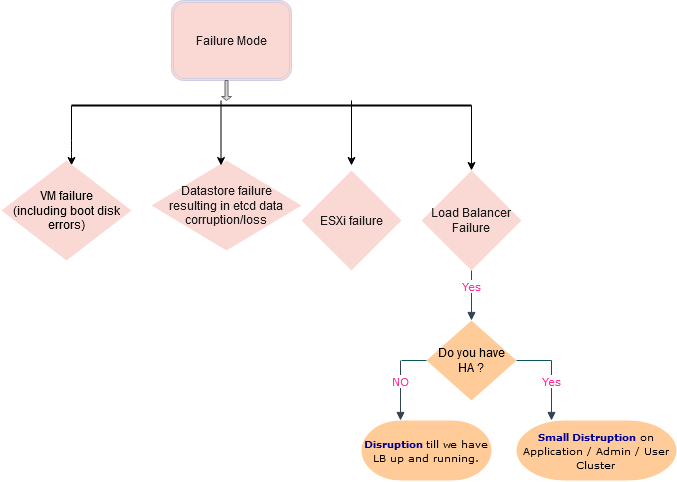
Before: Untitled Diagram.png, a diagram exported from draw.io (prabhakarmishra/test). Source tidied: cells renumbered, new cells last; positions are measured from the earlier drawing's top-left corner, leaving out a move shared by most shapes. The source it was exported from:
```xml
<mxGraphModel>
  <root>
    <mxCell id="0" />
    <mxCell id="1" parent="0" />
    <mxCell id="2" value="Failure Mode" style="shape=ext;double=1;rounded=1;whiteSpace=wrap;html=1;sketch=0;strokeColor=#D0CEE2;fillColor=#FAD9D5;fontColor=#1A1A1A;" parent="1" vertex="1">
      <mxGeometry x="170" width="120" height="80" as="geometry" />
    </mxCell>
    <mxCell id="3" style="line;strokeWidth=2;html=1;rounded=0;sketch=0;fillColor=#FAD9D5;fontColor=#1A1A1A;" parent="1" vertex="1">
      <mxGeometry x="70" y="100" width="400" height="10" as="geometry" />
    </mxCell>
    <mxCell id="4" style="html=1;labelBackgroundColor=#ffffff;endArrow=classic;endFill=1;endSize=6;jettySize=auto;strokeWidth=1;fontSize=14;exitX=1;exitY=0.5;exitDx=0;exitDy=0;exitPerimeter=0;" parent="1" edge="1" source="3">
      <mxGeometry relative="1" as="geometry">
        <mxPoint x="470" y="170" as="targetPoint" />
      </mxGeometry>
    </mxCell>
    <mxCell id="5" style="html=1;labelBackgroundColor=#ffffff;endArrow=classic;endFill=1;endSize=6;jettySize=auto;strokeWidth=1;fontSize=14;exitX=0;exitY=0.5;exitDx=0;exitDy=0;exitPerimeter=0;" parent="1" edge="1" source="3">
      <mxGeometry relative="1" as="geometry">
        <mxPoint x="70" y="165" as="targetPoint" />
        <Array as="points">
          <mxPoint x="70" y="150" />
        </Array>
      </mxGeometry>
    </mxCell>
    <mxCell id="6" style="html=1;labelBackgroundColor=#ffffff;endArrow=classic;endFill=1;endSize=6;jettySize=auto;orthogonalLoop=1;strokeWidth=1;fontSize=14;exitX=1;exitY=0.5;exitDx=0;exitDy=0;exitPerimeter=0;" parent="1" edge="1">
      <mxGeometry relative="1" as="geometry">
        <mxPoint x="350" y="100" as="sourcePoint" />
        <mxPoint x="350" y="165" as="targetPoint" />
      </mxGeometry>
    </mxCell>
    <mxCell id="7" value="&lt;div&gt;VM failure&lt;/div&gt;&lt;div&gt;(including boot disk errors)&lt;/div&gt;" style="strokeWidth=2;html=1;shape=mxgraph.flowchart.decision;whiteSpace=wrap;rounded=0;sketch=0;fillColor=#fad9d5;strokeColor=none;" parent="1" vertex="1">
      <mxGeometry y="160" width="130" height="100" as="geometry" />
    </mxCell>
    <mxCell id="8" value="&lt;div&gt;Datastore failure&lt;/div&gt;&lt;div&gt;resulting in etcd data corruption/loss&lt;br&gt;&lt;/div&gt;" style="strokeWidth=2;html=1;shape=mxgraph.flowchart.decision;whiteSpace=wrap;rounded=0;sketch=0;fillColor=#FAD9D5;fontColor=#1A1A1A;strokeColor=none;" parent="1" vertex="1">
      <mxGeometry x="150" y="160" width="150" height="90" as="geometry" />
    </mxCell>
    <mxCell id="9" value="ESXi failure" style="strokeWidth=2;html=1;shape=mxgraph.flowchart.decision;whiteSpace=wrap;rounded=0;sketch=0;fillColor=#FAD9D5;fontColor=#1A1A1A;strokeColor=none;" parent="1" vertex="1">
      <mxGeometry x="300" y="170" width="100" height="100" as="geometry" />
    </mxCell>
    <mxCell id="10" value="Load Balancer Failure" style="strokeWidth=2;html=1;shape=mxgraph.flowchart.decision;whiteSpace=wrap;rounded=0;sketch=0;fillColor=#FAD9D5;fontColor=#1A1A1A;strokeColor=none;" parent="1" vertex="1">
      <mxGeometry x="420" y="170" width="100" height="100" as="geometry" />
    </mxCell>
    <mxCell id="11" style="html=1;labelBackgroundColor=#ffffff;endArrow=classic;endFill=1;endSize=6;jettySize=auto;orthogonalLoop=1;strokeWidth=1;fontSize=14;exitX=1;exitY=0.5;exitDx=0;exitDy=0;exitPerimeter=0;" parent="1" edge="1">
      <mxGeometry relative="1" as="geometry">
        <mxPoint x="219.5" y="100" as="sourcePoint" />
        <mxPoint x="219.5" y="165" as="targetPoint" />
      </mxGeometry>
    </mxCell>
    <mxCell id="12" style="shape=singleArrow;direction=south;whiteSpace=wrap;html=1;rounded=0;sketch=0;strokeColor=#666666;fillColor=#f5f5f5;gradientColor=#b3b3b3;" parent="1" vertex="1">
      <mxGeometry x="220" y="80" width="10" height="20" as="geometry" />
    </mxCell>
    <mxCell id="13" value="Yes" style="html=1;verticalAlign=bottom;endArrow=block;strokeColor=#314354;fontFamily=Verdana;fontColor=#FF3399;fillColor=#647687;" parent="1" edge="1">
      <mxGeometry relative="1" as="geometry">
        <mxPoint x="470" y="270" as="sourcePoint" />
        <mxPoint x="470" y="320" as="targetPoint" />
      </mxGeometry>
    </mxCell>
    <mxCell id="14" value="&lt;div&gt;Do you have&lt;/div&gt;&lt;div&gt;HA ?&lt;br&gt;&lt;/div&gt;" style="strokeWidth=2;html=1;shape=mxgraph.flowchart.decision;whiteSpace=wrap;rounded=0;sketch=0;fillColor=#ffcc99;strokeColor=none;" parent="1" vertex="1">
      <mxGeometry x="425" y="320" width="90" height="80" as="geometry" />
    </mxCell>
    <mxCell id="15" value="Yes" style="html=1;verticalAlign=bottom;endArrow=block;strokeColor=#314354;fontFamily=Verdana;fontColor=#FF3399;fillColor=#647687;" parent="1" edge="1">
      <mxGeometry relative="1" as="geometry">
        <mxPoint x="550" y="360" as="sourcePoint" />
        <mxPoint x="550" y="420" as="targetPoint" />
      </mxGeometry>
    </mxCell>
    <mxCell id="16" style="endArrow=none;html=1;strokeColor=#09555B;fontFamily=Verdana;fontColor=#FF3399;exitX=1;exitY=0.5;exitDx=0;exitDy=0;exitPerimeter=0;" parent="1" edge="1" source="14">
      <mxGeometry relative="1" as="geometry">
        <mxPoint x="550" y="360" as="targetPoint" />
      </mxGeometry>
    </mxCell>
    <mxCell id="17" value="NO" style="html=1;verticalAlign=bottom;endArrow=block;strokeColor=#314354;fontFamily=Verdana;fontColor=#FF3399;fillColor=#647687;" parent="1" edge="1">
      <mxGeometry relative="1" as="geometry">
        <mxPoint x="399" y="360" as="sourcePoint" />
        <mxPoint x="399" y="420" as="targetPoint" />
      </mxGeometry>
    </mxCell>
    <mxCell id="18" style="endArrow=none;html=1;strokeColor=#09555B;fontFamily=Verdana;fontColor=#FF3399;entryX=0;entryY=0.5;entryDx=0;entryDy=0;entryPerimeter=0;" parent="1" edge="1" target="14">
      <mxGeometry relative="1" as="geometry">
        <mxPoint x="400" y="360" as="sourcePoint" />
      </mxGeometry>
    </mxCell>
    <mxCell id="19" value="&lt;font style=&quot;font-size: 10px&quot;&gt;&lt;b&gt;&lt;font color=&quot;#000099&quot;&gt;Small Distruption&lt;/font&gt;&lt;/b&gt; on&lt;br&gt;&lt;font style=&quot;font-size: 10px&quot;&gt;Application / Admin / User&lt;/font&gt;&lt;br&gt;Cluster&lt;br&gt;&lt;/font&gt;" style="strokeWidth=2;html=1;shape=mxgraph.flowchart.terminator;whiteSpace=wrap;rounded=0;sketch=0;fontFamily=Verdana;fillColor=#ffcc99;strokeColor=none;" parent="1" vertex="1">
      <mxGeometry x="515" y="420" width="160" height="60" as="geometry" />
    </mxCell>
    <mxCell id="20" value="&lt;font style=&quot;font-size: 10px&quot;&gt;&lt;font color=&quot;#000099&quot;&gt;&lt;b&gt;Disruption &lt;/b&gt;&lt;/font&gt;till we have&lt;br&gt;LB up and running.&lt;br&gt;&lt;/font&gt;" style="strokeWidth=2;html=1;shape=mxgraph.flowchart.terminator;whiteSpace=wrap;rounded=0;sketch=0;fontFamily=Verdana;fillColor=#ffcc99;strokeColor=none;" parent="1" vertex="1">
      <mxGeometry x="360" y="420" width="130" height="60" as="geometry" />
    </mxCell>
  </root>
</mxGraphModel>
```
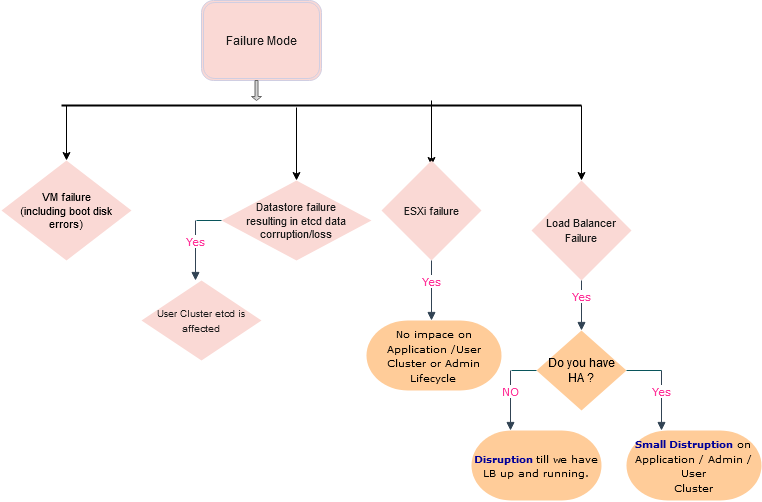
After the change.

Diff of the diagram source:
```diff
@@ -2,88 +2,107 @@
   <root>
     <mxCell id="0" />
     <mxCell id="1" parent="0" />
-    <mxCell id="2" value="Failure Mode" style="shape=ext;double=1;rounded=1;whiteSpace=wrap;html=1;sketch=0;strokeColor=#D0CEE2;fillColor=#FAD9D5;fontColor=#1A1A1A;" parent="1" vertex="1">
+    <mxCell id="2" value="&lt;font style=&quot;font-size: 12px&quot;&gt;Failure Mode&lt;/font&gt;" style="shape=ext;double=1;rounded=1;whiteSpace=wrap;html=1;sketch=0;strokeColor=#D0CEE2;fillColor=#FAD9D5;fontColor=#1A1A1A;" parent="1" vertex="1">
       <mxGeometry x="170" width="120" height="80" as="geometry" />
     </mxCell>
     <mxCell id="3" style="line;strokeWidth=2;html=1;rounded=0;sketch=0;fillColor=#FAD9D5;fontColor=#1A1A1A;" parent="1" vertex="1">
-      <mxGeometry x="70" y="100" width="400" height="10" as="geometry" />
+      <mxGeometry x="30" y="100" width="520" height="10" as="geometry" />
     </mxCell>
-    <mxCell id="4" style="html=1;labelBackgroundColor=#ffffff;endArrow=classic;endFill=1;endSize=6;jettySize=auto;strokeWidth=1;fontSize=14;exitX=1;exitY=0.5;exitDx=0;exitDy=0;exitPerimeter=0;" parent="1" edge="1" source="3">
-      <mxGeometry relative="1" as="geometry">
-        <mxPoint x="470" y="170" as="targetPoint" />
-      </mxGeometry>
+    <mxCell id="4" style="html=1;labelBackgroundColor=#ffffff;endArrow=classic;endFill=1;endSize=6;jettySize=auto;strokeWidth=1;fontSize=14;exitX=1;exitY=0.5;exitDx=0;exitDy=0;exitPerimeter=0;" parent="1" edge="1" source="3" target="10">
+      <mxGeometry relative="1" as="geometry" />
     </mxCell>
-    <mxCell id="5" style="html=1;labelBackgroundColor=#ffffff;endArrow=classic;endFill=1;endSize=6;jettySize=auto;strokeWidth=1;fontSize=14;exitX=0;exitY=0.5;exitDx=0;exitDy=0;exitPerimeter=0;" parent="1" edge="1" source="3">
+    <mxCell id="5" style="html=1;labelBackgroundColor=#ffffff;endArrow=classic;endFill=1;endSize=6;jettySize=auto;orthogonalLoop=1;strokeWidth=1;fontSize=14;entryX=0.5;entryY=0;entryDx=0;entryDy=0;entryPerimeter=0;" parent="1" edge="1">
       <mxGeometry relative="1" as="geometry">
-        <mxPoint x="70" y="165" as="targetPoint" />
-        <Array as="points">
-          <mxPoint x="70" y="150" />
-        </Array>
+        <mxPoint x="35" y="105" as="sourcePoint" />
+        <mxPoint x="35" y="160" as="targetPoint" />
       </mxGeometry>
     </mxCell>
     <mxCell id="6" style="html=1;labelBackgroundColor=#ffffff;endArrow=classic;endFill=1;endSize=6;jettySize=auto;orthogonalLoop=1;strokeWidth=1;fontSize=14;exitX=1;exitY=0.5;exitDx=0;exitDy=0;exitPerimeter=0;" parent="1" edge="1">
       <mxGeometry relative="1" as="geometry">
-        <mxPoint x="350" y="100" as="sourcePoint" />
-        <mxPoint x="350" y="165" as="targetPoint" />
+        <mxPoint x="400" y="100" as="sourcePoint" />
+        <mxPoint x="400" y="165" as="targetPoint" />
       </mxGeometry>
     </mxCell>
-    <mxCell id="7" value="&lt;div&gt;VM failure&lt;/div&gt;&lt;div&gt;(including boot disk errors)&lt;/div&gt;" style="strokeWidth=2;html=1;shape=mxgraph.flowchart.decision;whiteSpace=wrap;rounded=0;sketch=0;fillColor=#fad9d5;strokeColor=none;" parent="1" vertex="1">
-      <mxGeometry y="160" width="130" height="100" as="geometry" />
+    <mxCell id="7" value="&lt;div style=&quot;font-size: 11px&quot;&gt;&lt;font style=&quot;font-size: 11px&quot;&gt;VM failure&lt;/font&gt;&lt;/div&gt;&lt;div style=&quot;font-size: 11px&quot;&gt;&lt;font style=&quot;font-size: 11px&quot;&gt;(including boot disk errors)&lt;/font&gt;&lt;/div&gt;" style="strokeWidth=2;html=1;shape=mxgraph.flowchart.decision;whiteSpace=wrap;rounded=0;sketch=0;fillColor=#fad9d5;strokeColor=none;" parent="1" vertex="1">
+      <mxGeometry x="-30" y="160" width="130" height="100" as="geometry" />
     </mxCell>
-    <mxCell id="8" value="&lt;div&gt;Datastore failure&lt;/div&gt;&lt;div&gt;resulting in etcd data corruption/loss&lt;br&gt;&lt;/div&gt;" style="strokeWidth=2;html=1;shape=mxgraph.flowchart.decision;whiteSpace=wrap;rounded=0;sketch=0;fillColor=#FAD9D5;fontColor=#1A1A1A;strokeColor=none;" parent="1" vertex="1">
-      <mxGeometry x="150" y="160" width="150" height="90" as="geometry" />
+    <mxCell id="8" value="&lt;div style=&quot;font-size: 11px&quot;&gt;&lt;font style=&quot;font-size: 11px&quot;&gt;Datastore failure&lt;/font&gt;&lt;/div&gt;&lt;div style=&quot;font-size: 11px&quot;&gt;&lt;font style=&quot;font-size: 11px&quot;&gt;resulting in etcd data corruption/loss&lt;br&gt;&lt;/font&gt;&lt;/div&gt;" style="strokeWidth=2;html=1;shape=mxgraph.flowchart.decision;whiteSpace=wrap;rounded=0;sketch=0;fillColor=#FAD9D5;fontColor=#1A1A1A;strokeColor=none;" parent="1" vertex="1">
+      <mxGeometry x="190" y="180" width="150" height="80" as="geometry" />
     </mxCell>
-    <mxCell id="9" value="ESXi failure" style="strokeWidth=2;html=1;shape=mxgraph.flowchart.decision;whiteSpace=wrap;rounded=0;sketch=0;fillColor=#FAD9D5;fontColor=#1A1A1A;strokeColor=none;" parent="1" vertex="1">
-      <mxGeometry x="300" y="170" width="100" height="100" as="geometry" />
+    <mxCell id="9" value="&lt;font style=&quot;font-size: 11px&quot;&gt;ESXi failure&lt;/font&gt;" style="strokeWidth=2;html=1;shape=mxgraph.flowchart.decision;whiteSpace=wrap;rounded=0;sketch=0;fillColor=#FAD9D5;fontColor=#1A1A1A;strokeColor=none;" parent="1" vertex="1">
+      <mxGeometry x="350" y="160" width="100" height="100" as="geometry" />
     </mxCell>
-    <mxCell id="10" value="Load Balancer Failure" style="strokeWidth=2;html=1;shape=mxgraph.flowchart.decision;whiteSpace=wrap;rounded=0;sketch=0;fillColor=#FAD9D5;fontColor=#1A1A1A;strokeColor=none;" parent="1" vertex="1">
-      <mxGeometry x="420" y="170" width="100" height="100" as="geometry" />
+    <mxCell id="10" value="&lt;font style=&quot;font-size: 11px&quot;&gt;Load Balancer Failure&lt;/font&gt;" style="strokeWidth=2;html=1;shape=mxgraph.flowchart.decision;whiteSpace=wrap;rounded=0;sketch=0;fillColor=#FAD9D5;fontColor=#1A1A1A;strokeColor=none;" parent="1" vertex="1">
+      <mxGeometry x="500" y="180" width="100" height="100" as="geometry" />
     </mxCell>
-    <mxCell id="11" style="html=1;labelBackgroundColor=#ffffff;endArrow=classic;endFill=1;endSize=6;jettySize=auto;orthogonalLoop=1;strokeWidth=1;fontSize=14;exitX=1;exitY=0.5;exitDx=0;exitDy=0;exitPerimeter=0;" parent="1" edge="1">
-      <mxGeometry relative="1" as="geometry">
-        <mxPoint x="219.5" y="100" as="sourcePoint" />
-        <mxPoint x="219.5" y="165" as="targetPoint" />
-      </mxGeometry>
-    </mxCell>
     <mxCell id="12" style="shape=singleArrow;direction=south;whiteSpace=wrap;html=1;rounded=0;sketch=0;strokeColor=#666666;fillColor=#f5f5f5;gradientColor=#b3b3b3;" parent="1" vertex="1">
       <mxGeometry x="220" y="80" width="10" height="20" as="geometry" />
     </mxCell>
     <mxCell id="13" value="Yes" style="html=1;verticalAlign=bottom;endArrow=block;strokeColor=#314354;fontFamily=Verdana;fontColor=#FF3399;fillColor=#647687;" parent="1" edge="1">
       <mxGeometry relative="1" as="geometry">
-        <mxPoint x="470" y="270" as="sourcePoint" />
-        <mxPoint x="470" y="320" as="targetPoint" />
+        <mxPoint x="550" y="280" as="sourcePoint" />
+        <mxPoint x="550" y="330" as="targetPoint" />
       </mxGeometry>
     </mxCell>
     <mxCell id="14" value="&lt;div&gt;Do you have&lt;/div&gt;&lt;div&gt;HA ?&lt;br&gt;&lt;/div&gt;" style="strokeWidth=2;html=1;shape=mxgraph.flowchart.decision;whiteSpace=wrap;rounded=0;sketch=0;fillColor=#ffcc99;strokeColor=none;" parent="1" vertex="1">
-      <mxGeometry x="425" y="320" width="90" height="80" as="geometry" />
+      <mxGeometry x="505" y="330" width="90" height="80" as="geometry" />
     </mxCell>
     <mxCell id="15" value="Yes" style="html=1;verticalAlign=bottom;endArrow=block;strokeColor=#314354;fontFamily=Verdana;fontColor=#FF3399;fillColor=#647687;" parent="1" edge="1">
       <mxGeometry relative="1" as="geometry">
-        <mxPoint x="550" y="360" as="sourcePoint" />
-        <mxPoint x="550" y="420" as="targetPoint" />
+        <mxPoint x="630" y="370" as="sourcePoint" />
+        <mxPoint x="630" y="430" as="targetPoint" />
       </mxGeometry>
     </mxCell>
-    <mxCell id="16" style="endArrow=none;html=1;strokeColor=#09555B;fontFamily=Verdana;fontColor=#FF3399;exitX=1;exitY=0.5;exitDx=0;exitDy=0;exitPerimeter=0;" parent="1" edge="1" source="14">
+    <mxCell id="16" style="endArrow=none;html=1;strokeColor=#09555B;fontFamily=Verdana;fontColor=#FF3399;entryX=1;entryY=0.5;entryDx=0;entryDy=0;entryPerimeter=0;" parent="1" edge="1" target="14">
       <mxGeometry relative="1" as="geometry">
-        <mxPoint x="550" y="360" as="targetPoint" />
+        <mxPoint x="630" y="370" as="sourcePoint" />
       </mxGeometry>
     </mxCell>
     <mxCell id="17" value="NO" style="html=1;verticalAlign=bottom;endArrow=block;strokeColor=#314354;fontFamily=Verdana;fontColor=#FF3399;fillColor=#647687;" parent="1" edge="1">
       <mxGeometry relative="1" as="geometry">
-        <mxPoint x="399" y="360" as="sourcePoint" />
-        <mxPoint x="399" y="420" as="targetPoint" />
+        <mxPoint x="479" y="370" as="sourcePoint" />
+        <mxPoint x="479" y="430" as="targetPoint" />
       </mxGeometry>
     </mxCell>
     <mxCell id="18" style="endArrow=none;html=1;strokeColor=#09555B;fontFamily=Verdana;fontColor=#FF3399;entryX=0;entryY=0.5;entryDx=0;entryDy=0;entryPerimeter=0;" parent="1" edge="1" target="14">
       <mxGeometry relative="1" as="geometry">
-        <mxPoint x="400" y="360" as="sourcePoint" />
+        <mxPoint x="480" y="370" as="sourcePoint" />
       </mxGeometry>
     </mxCell>
     <mxCell id="19" value="&lt;font style=&quot;font-size: 10px&quot;&gt;&lt;b&gt;&lt;font color=&quot;#000099&quot;&gt;Small Distruption&lt;/font&gt;&lt;/b&gt; on&lt;br&gt;&lt;font style=&quot;font-size: 10px&quot;&gt;Application / Admin / User&lt;/font&gt;&lt;br&gt;Cluster&lt;br&gt;&lt;/font&gt;" style="strokeWidth=2;html=1;shape=mxgraph.flowchart.terminator;whiteSpace=wrap;rounded=0;sketch=0;fontFamily=Verdana;fillColor=#ffcc99;strokeColor=none;" parent="1" vertex="1">
-      <mxGeometry x="515" y="420" width="160" height="60" as="geometry" />
+      <mxGeometry x="595" y="430" width="135" height="70" as="geometry" />
     </mxCell>
     <mxCell id="20" value="&lt;font style=&quot;font-size: 10px&quot;&gt;&lt;font color=&quot;#000099&quot;&gt;&lt;b&gt;Disruption &lt;/b&gt;&lt;/font&gt;till we have&lt;br&gt;LB up and running.&lt;br&gt;&lt;/font&gt;" style="strokeWidth=2;html=1;shape=mxgraph.flowchart.terminator;whiteSpace=wrap;rounded=0;sketch=0;fontFamily=Verdana;fillColor=#ffcc99;strokeColor=none;" parent="1" vertex="1">
-      <mxGeometry x="360" y="420" width="130" height="60" as="geometry" />
+      <mxGeometry x="440" y="430" width="130" height="70" as="geometry" />
     </mxCell>
+    <mxCell id="21" value="Yes" style="html=1;verticalAlign=bottom;endArrow=block;strokeColor=#314354;fontFamily=Verdana;fontColor=#FF3399;fillColor=#647687;" parent="1" edge="1">
+      <mxGeometry relative="1" as="geometry">
+        <mxPoint x="400" y="260" as="sourcePoint" />
+        <mxPoint x="400" y="320" as="targetPoint" />
+      </mxGeometry>
+    </mxCell>
+    <mxCell id="22" value="&lt;font style=&quot;font-size: 10px&quot;&gt;No impace on Application /User Cluster or Admin Lifecycle&lt;br&gt;&lt;/font&gt;" style="strokeWidth=2;html=1;shape=mxgraph.flowchart.terminator;whiteSpace=wrap;rounded=0;sketch=0;fontFamily=Verdana;fillColor=#ffcc99;strokeColor=none;" parent="1" vertex="1">
+      <mxGeometry x="335" y="320" width="135" height="70" as="geometry" />
+    </mxCell>
+    <mxCell id="23" style="html=1;labelBackgroundColor=#ffffff;endArrow=classic;endFill=1;endSize=6;jettySize=auto;strokeWidth=1;fontSize=14;entryX=0.5;entryY=0;entryDx=0;entryDy=0;entryPerimeter=0;" parent="1" edge="1" target="8">
+      <mxGeometry relative="1" as="geometry">
+        <mxPoint x="265" y="107" as="sourcePoint" />
+      </mxGeometry>
+    </mxCell>
+    <mxCell id="24" value="Yes" style="html=1;verticalAlign=bottom;endArrow=block;strokeColor=#314354;fontFamily=Verdana;fontColor=#FF3399;fillColor=#647687;" parent="1" edge="1">
+      <mxGeometry relative="1" as="geometry">
+        <mxPoint x="164" y="220" as="sourcePoint" />
+        <mxPoint x="164" y="280" as="targetPoint" />
+      </mxGeometry>
+    </mxCell>
+    <mxCell id="25" style="endArrow=none;html=1;strokeColor=#09555B;fontFamily=Verdana;fontColor=#FF3399;entryX=0;entryY=0.5;entryDx=0;entryDy=0;entryPerimeter=0;" parent="1" edge="1">
+      <mxGeometry relative="1" as="geometry">
+        <mxPoint x="165" y="220" as="sourcePoint" />
+        <mxPoint x="190" y="220" as="targetPoint" />
+      </mxGeometry>
+    </mxCell>
+    <mxCell id="26" value="&lt;font style=&quot;font-size: 10px&quot;&gt;User Cluster etcd is affected&lt;br&gt;&lt;/font&gt;" style="strokeWidth=2;html=1;shape=mxgraph.flowchart.decision;whiteSpace=wrap;rounded=0;sketch=0;fillColor=#FAD9D5;fontColor=#1A1A1A;strokeColor=none;" parent="1" vertex="1">
+      <mxGeometry x="110" y="280" width="120" height="80" as="geometry" />
+    </mxCell>
   </root>
 </mxGraphModel>
```
